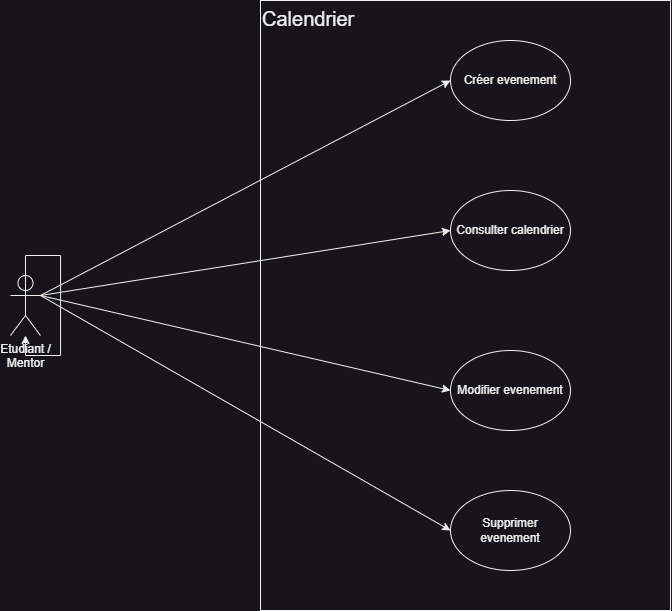
Before: assets/User case/Cas d_utilisations learn@home-Calendrier.drawio.png, a diagram exported from draw.io (Erik-42/openclassroom-projet_10-learn-home). Source tidied: cells renumbered, new cells last; positions are measured from the earlier drawing's top-left corner, leaving out a move shared by most shapes.
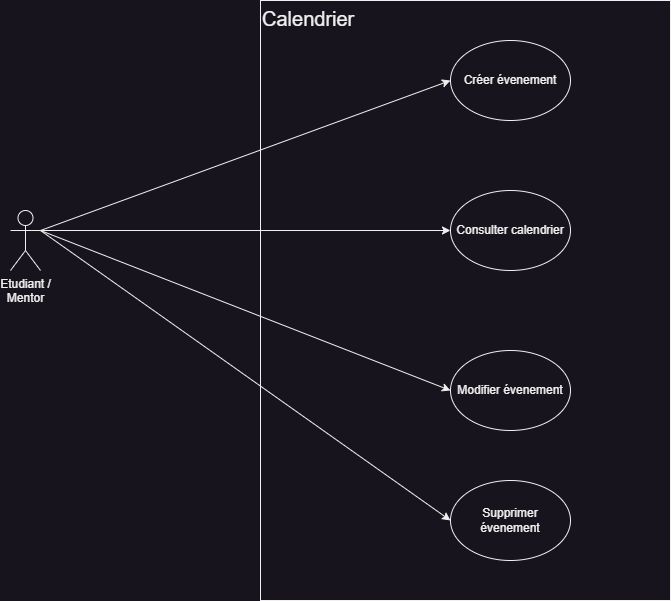
The same diagram one commit later.

Diff of the diagram source:
```diff
@@ -3,37 +3,34 @@
     <mxCell id="0" />
     <mxCell id="1" parent="0" />
     <mxCell id="2" value="Calendrier" style="whiteSpace=wrap;html=1;align=left;verticalAlign=top;fontSize=20;" parent="1" vertex="1">
-      <mxGeometry x="250" width="410" height="610" as="geometry" />
+      <mxGeometry x="250" width="410" height="600" as="geometry" />
     </mxCell>
     <mxCell id="3" value="Etudiant / &lt;br&gt;Mentor" style="shape=umlActor;verticalLabelPosition=bottom;verticalAlign=top;html=1;outlineConnect=0;" parent="1" vertex="1">
-      <mxGeometry y="275" width="30" height="60" as="geometry" />
+      <mxGeometry y="210" width="30" height="60" as="geometry" />
     </mxCell>
-    <mxCell id="4" value="Créer evenement" style="ellipse;whiteSpace=wrap;html=1;" parent="1" vertex="1">
-      <mxGeometry x="440" y="40" width="120" height="80" as="geometry" />
-    </mxCell>
+    <mxCell id="13" value="Créer évenement" style="ellipse;whiteSpace=wrap;html=1;" parent="1" vertex="1">
+      <mxGeometry x="440" y="40" width="120" height="80" as="geometry" />
+    </mxCell>
     <mxCell id="5" value="Consulter calendrier" style="ellipse;whiteSpace=wrap;html=1;" parent="1" vertex="1">
       <mxGeometry x="440" y="190" width="120" height="80" as="geometry" />
     </mxCell>
-    <mxCell id="6" value="Modifier evenement" style="ellipse;whiteSpace=wrap;html=1;" parent="1" vertex="1">
-      <mxGeometry x="440" y="350" width="120" height="80" as="geometry" />
-    </mxCell>
-    <mxCell id="7" style="endArrow=classic;html=1;rounded=0;exitX=1;exitY=0.3333333333333333;exitDx=0;exitDy=0;exitPerimeter=0;entryX=0;entryY=0.5;entryDx=0;entryDy=0;" parent="1" edge="1" source="3" target="4">
-      <mxGeometry relative="1" as="geometry" />
-    </mxCell>
+    <mxCell id="14" value="Modifier évenement" style="ellipse;whiteSpace=wrap;html=1;" parent="1" vertex="1">
+      <mxGeometry x="440" y="350" width="120" height="80" as="geometry" />
+    </mxCell>
+    <mxCell id="15" style="endArrow=classic;html=1;rounded=0;exitX=1;exitY=0.3333333333333333;exitDx=0;exitDy=0;exitPerimeter=0;entryX=0;entryY=0.5;entryDx=0;entryDy=0;" parent="1" edge="1" source="3" target="13">
+      <mxGeometry relative="1" as="geometry" />
+    </mxCell>
     <mxCell id="8" style="endArrow=classic;html=1;rounded=0;entryX=0;entryY=0.5;entryDx=0;entryDy=0;exitX=1;exitY=0.3333333333333333;exitDx=0;exitDy=0;exitPerimeter=0;" parent="1" edge="1" source="3" target="5">
       <mxGeometry relative="1" as="geometry" />
     </mxCell>
-    <mxCell id="9" style="endArrow=classic;html=1;rounded=0;entryX=0;entryY=0.5;entryDx=0;entryDy=0;exitX=1;exitY=0.3333333333333333;exitDx=0;exitDy=0;exitPerimeter=0;" parent="1" edge="1" source="3" target="6">
-      <mxGeometry relative="1" as="geometry" />
-    </mxCell>
-    <mxCell id="10" value="Supprimer evenement" style="ellipse;whiteSpace=wrap;html=1;" parent="1" vertex="1">
-      <mxGeometry x="440" y="490" width="120" height="80" as="geometry" />
-    </mxCell>
-    <mxCell id="11" style="endArrow=classic;html=1;rounded=0;exitX=1;exitY=0.3333333333333333;exitDx=0;exitDy=0;exitPerimeter=0;entryX=0;entryY=0.5;entryDx=0;entryDy=0;" parent="1" edge="1" source="3" target="10">
-      <mxGeometry relative="1" as="geometry" />
-    </mxCell>
-    <mxCell id="12" style="edgeStyle=orthogonalEdgeStyle;rounded=0;orthogonalLoop=1;jettySize=auto;html=1;exitX=0.5;exitY=0.5;exitDx=0;exitDy=0;exitPerimeter=0;" parent="1" edge="1" source="3" target="3">
-      <mxGeometry relative="1" as="geometry" />
-    </mxCell>
+    <mxCell id="16" style="endArrow=classic;html=1;rounded=0;entryX=0;entryY=0.5;entryDx=0;entryDy=0;exitX=1;exitY=0.3333333333333333;exitDx=0;exitDy=0;exitPerimeter=0;" parent="1" edge="1" source="3" target="14">
+      <mxGeometry relative="1" as="geometry" />
+    </mxCell>
+    <mxCell id="17" value="Supprimer évenement" style="ellipse;whiteSpace=wrap;html=1;" parent="1" vertex="1">
+      <mxGeometry x="440" y="480" width="120" height="80" as="geometry" />
+    </mxCell>
+    <mxCell id="18" style="endArrow=classic;html=1;rounded=0;entryX=0;entryY=0.5;entryDx=0;entryDy=0;exitX=1;exitY=0.3333333333333333;exitDx=0;exitDy=0;exitPerimeter=0;" parent="1" edge="1" source="3" target="17">
+      <mxGeometry relative="1" as="geometry" />
+    </mxCell>
   </root>
 </mxGraphModel>
```
